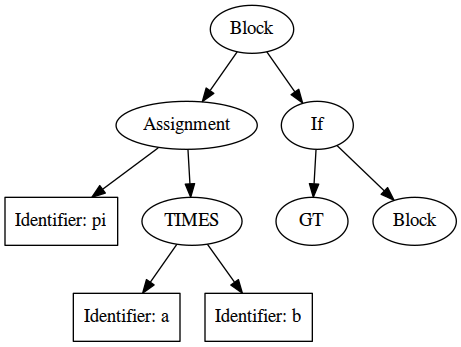
The Graphviz diagram ast_experiment/tree.png in khashf/compyler, before a commit. Its source is kept beside it as ast_experiment/tree.gv.
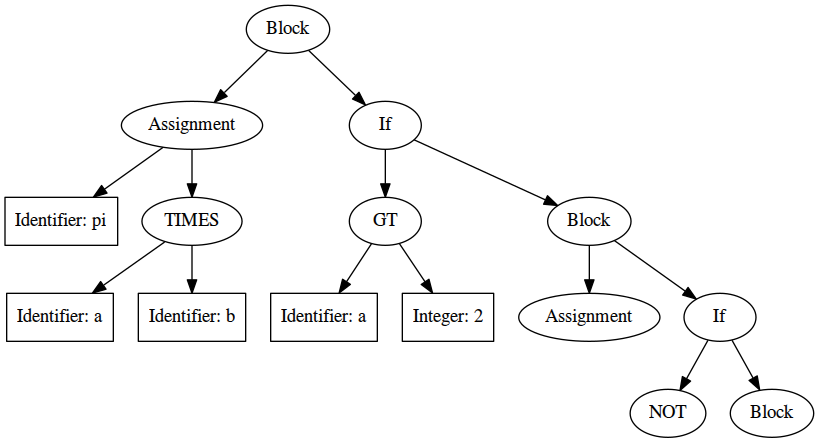
The same diagram one commit later.

Diff of the diagram source:
```diff
@@ -14,6 +14,18 @@
 	root_1 [label="If"]
 	root_1 -> root_1_cond;
 	root_1_cond [label="GT"]
+	root_1_cond -> root_1_cond_left;
+	root_1_cond_left [shape=box,label="Identifier: a"]
+	root_1_cond -> root_1_cond_right;
+	root_1_cond_right [shape=box,label="Integer: 2"]
 	root_1 -> root_1_if;
 	root_1_if [label="Block"]
+	root_1_if -> root_1_if_0;
+	root_1_if_0 [label="Assignment"]
+	root_1_if -> root_1_if_1;
+	root_1_if_1 [label="If"]
+	root_1_if_1 -> root_1_if_1_cond;
+	root_1_if_1_cond [label="NOT"]
+	root_1_if_1 -> root_1_if_1_if;
+	root_1_if_1_if [label="Block"]
 }
```
